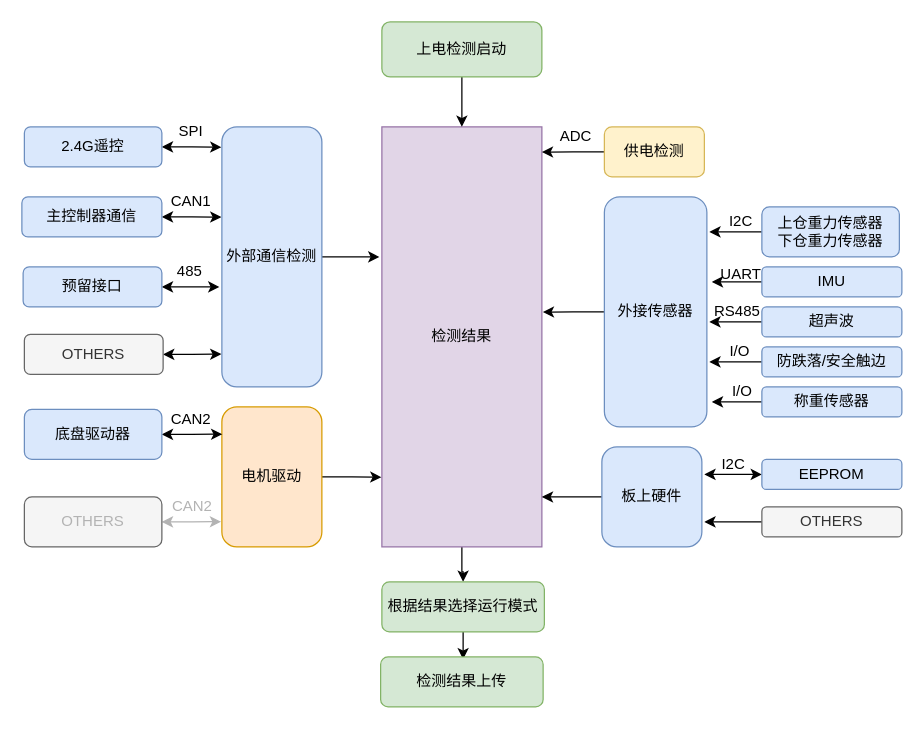
The draw.io diagram 未命名绘图.drawio in DaLinYYY/Diagram, before the edit. Source tidied: cells renumbered, new cells numbered last; positions are measured from the earlier drawing's top-left corner, leaving out a move shared by most shapes. Both pictures are drawn from the tidied source at 125%, with x=0, y=0 at pixel (21, 21).
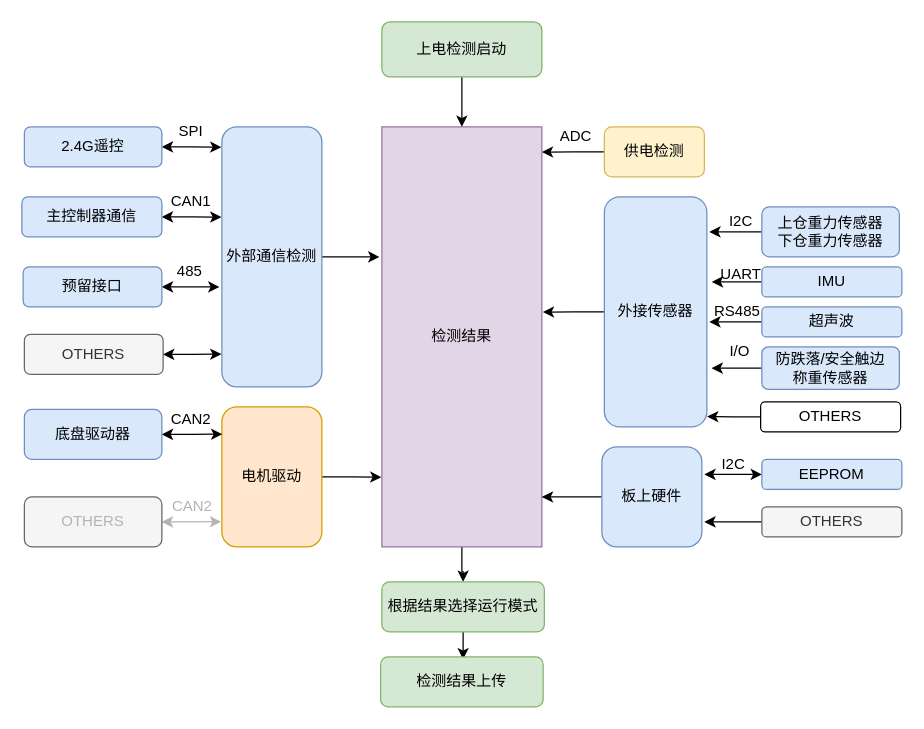
After the change.

Commit message (it also covers changes not shown here):
更新未命名绘图.drawio

The change refers to these unchanged cells:
```xml
<mxCell id="7" value="外接传感器" style="rounded=1;whiteSpace=wrap;html=1;fillColor=#dae8fc;strokeColor=#6c8ebf;" parent="1" vertex="1">
  <mxGeometry x="466" y="140" width="82" height="184" as="geometry" />
</mxCell>
```

What changed in the source:
```diff
@@
-    <mxCell id="19" style="edgeStyle=orthogonalEdgeStyle;rounded=0;jettySize=auto;html=1;fontColor=#B3B3B3;startArrow=none;startFill=0;endArrow=classic;endFill=1;strokeColor=#000000;" parent="1" edge="1" source="20">
-      <mxGeometry relative="1" as="geometry">
-        <mxPoint x="550" y="272" as="targetPoint" />
-      </mxGeometry>
-    </mxCell>
+    <mxCell id="57" style="edgeStyle=orthogonalEdgeStyle;rounded=0;jettySize=auto;html=1;fontColor=#B3B3B3;startArrow=none;startFill=0;endArrow=classic;endFill=1;strokeColor=#000000;" parent="1" edge="1" source="20">
+      <mxGeometry relative="1" as="geometry">
+        <mxPoint x="551.8" y="277" as="targetPoint" />
+      </mxGeometry>
+    </mxCell>
-    <mxCell id="20" value="防跌落/安全触边" style="rounded=1;whiteSpace=wrap;html=1;fillColor=#dae8fc;strokeColor=#6c8ebf;" parent="1" vertex="1">
-      <mxGeometry x="592" y="260" width="112" height="24" as="geometry" />
+    <mxCell id="20" value="防跌落/安全触边&lt;br&gt;称重传感器" style="rounded=1;whiteSpace=wrap;html=1;fillColor=#dae8fc;strokeColor=#6c8ebf;" parent="1" vertex="1">
+      <mxGeometry x="592" y="260" width="110" height="34" as="geometry" />
     </mxCell>
@@
-    <mxCell id="40" style="edgeStyle=orthogonalEdgeStyle;rounded=0;jettySize=auto;html=1;fontColor=#B3B3B3;startArrow=none;startFill=0;endArrow=classic;endFill=1;strokeColor=#000000;" parent="1" edge="1" source="41">
-      <mxGeometry relative="1" as="geometry">
-        <mxPoint x="552" y="304" as="targetPoint" />
-      </mxGeometry>
-    </mxCell>
+    <mxCell id="58" style="edgeStyle=orthogonalEdgeStyle;rounded=0;jettySize=auto;html=1;entryX=1.002;entryY=0.955;entryDx=0;entryDy=0;entryPerimeter=0;fontColor=#B3B3B3;startArrow=none;startFill=0;endArrow=classic;endFill=1;strokeColor=#000000;" parent="1" edge="1" source="41" target="7">
+      <mxGeometry relative="1" as="geometry" />
+    </mxCell>
-    <mxCell id="41" value="称重传感器" style="rounded=1;whiteSpace=wrap;html=1;fillColor=#dae8fc;strokeColor=#6c8ebf;" parent="1" vertex="1">
-      <mxGeometry x="592" y="292" width="112" height="24" as="geometry" />
+    <mxCell id="41" value="OTHERS" style="rounded=1;whiteSpace=wrap;html=1;" parent="1" vertex="1">
+      <mxGeometry x="591" y="304" width="112" height="24" as="geometry" />
     </mxCell>
-    <mxCell id="42" value="I/O" style="text;html=1;align=center;verticalAlign=middle;strokeColor=none;fillColor=none;" parent="1" vertex="1">
-      <mxGeometry x="562" y="286" width="28" height="20" as="geometry" />
-    </mxCell>
```
